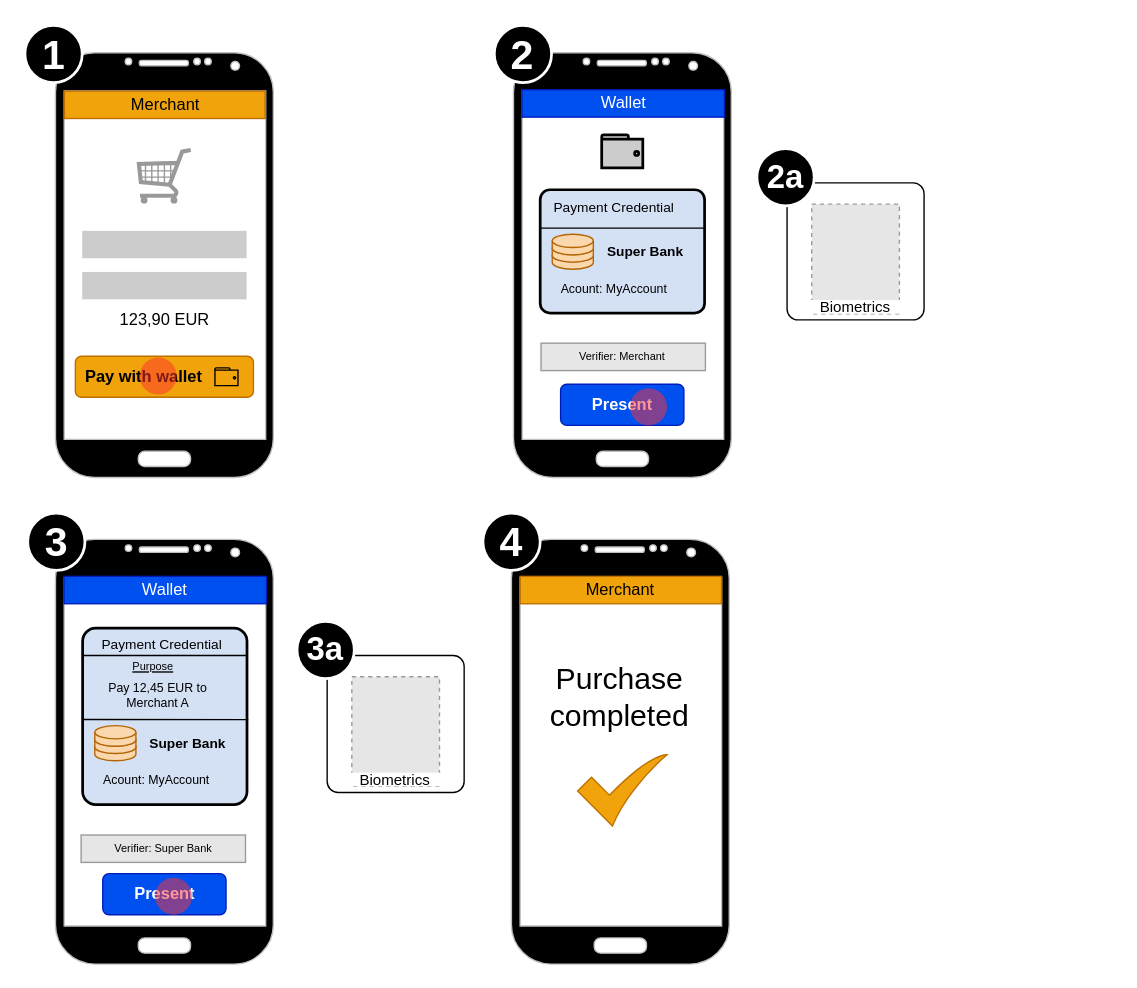
Earlier version of the draw.io diagram screenflow.drawio (digitallabor-berlin/eudiw-sca). Source tidied: cells renumbered, new cells numbered last; positions are measured from the earlier drawing's top-left corner, leaving out a move shared by most shapes. Both pictures are drawn from the tidied source at 137%, with x=0, y=0 at pixel (25, 25). Pictures stored in the file or linked from it are replaced by grey dashed boxes.
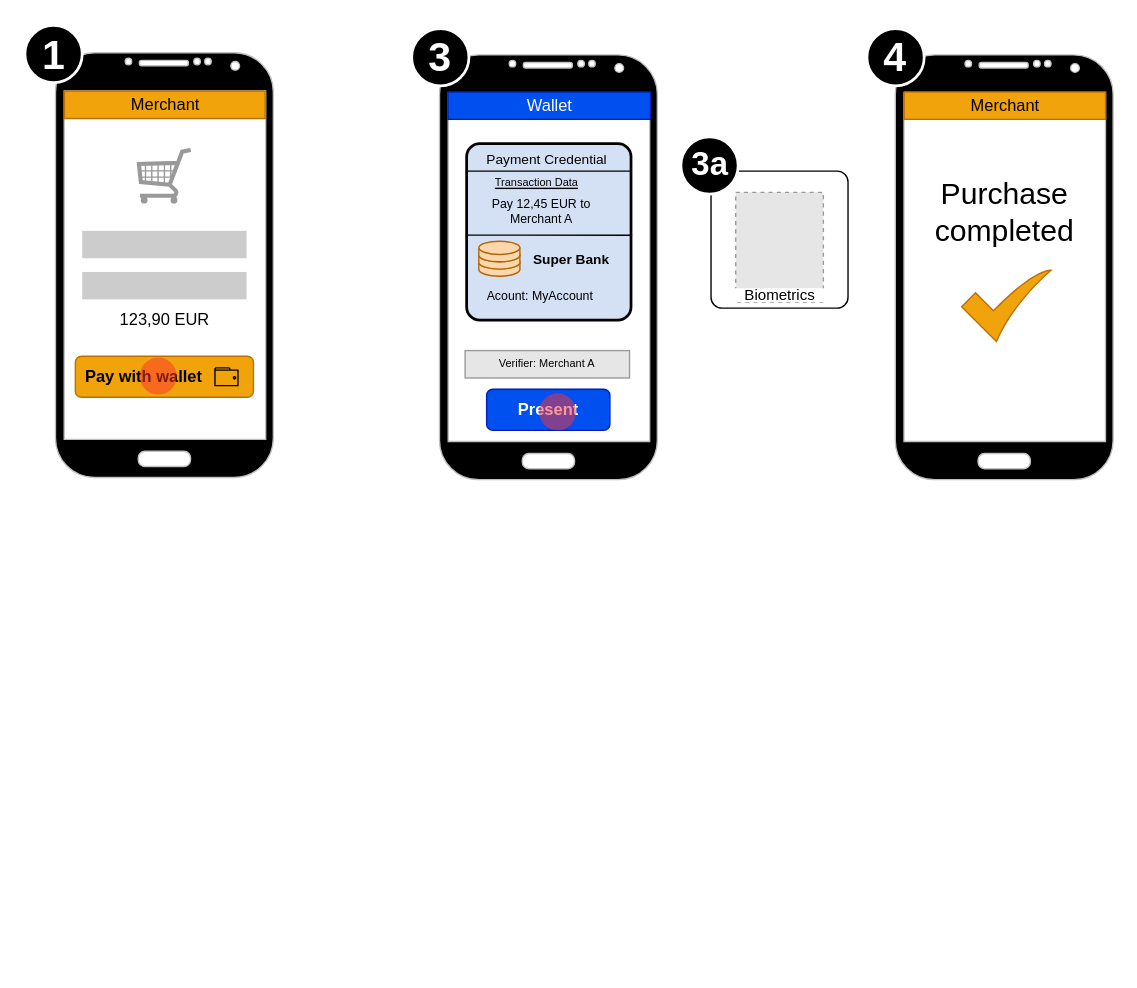
The same diagram, later.

Commit message (it also covers changes not shown here):
modified to used the openid transaction data proposal

Change to the diagram source:
```diff
@@
-    <mxCell id="2" style="rounded=1;whiteSpace=wrap;html=1;sketch=0;fontSize=8;strokeWidth=1;gradientDirection=radial;arcSize=8;" parent="1" vertex="1">
-      <mxGeometry x="556" y="115" width="100" height="100" as="geometry" />
-    </mxCell>
     <mxCell id="3" style="rounded=0;whiteSpace=wrap;html=1;sketch=0;fontSize=8;fontColor=#000000;strokeColor=none;strokeWidth=2;fillColor=#FFFFFF;gradientColor=none;gradientDirection=radial;" parent="1" vertex="1">
-      <mxGeometry x="359" y="402.2" width="151.5" height="258" as="geometry" />
+      <mxGeometry x="639.2" y="48.6" width="151.5" height="258" as="geometry" />
     </mxCell>
     <mxCell id="4" style="rounded=0;whiteSpace=wrap;html=1;sketch=0;fontSize=8;fontColor=#000000;strokeColor=none;strokeWidth=2;fillColor=#FFFFFF;gradientColor=none;gradientDirection=radial;" parent="1" vertex="1">
-      <mxGeometry x="25.7" y="401.2" width="151.5" height="258" as="geometry" />
+      <mxGeometry x="306" y="47.6" width="151.5" height="258" as="geometry" />
     </mxCell>
-    <mxCell id="5" style="rounded=0;whiteSpace=wrap;html=1;sketch=0;fontSize=8;fontColor=#000000;strokeColor=none;strokeWidth=2;fillColor=#FFFFFF;gradientColor=none;gradientDirection=radial;" parent="1" vertex="1">
-      <mxGeometry x="360.3" y="46" width="151.5" height="258" as="geometry" />
-    </mxCell>
@@
-    <mxCell id="14" style="verticalLabelPosition=bottom;verticalAlign=top;html=1;shadow=0;dashed=0;strokeWidth=1;shape=mxgraph.android.phone2;strokeColor=#c0c0c0;fillColor=#000000;" parent="1" vertex="1">
-      <mxGeometry x="356.3" y="20" width="159" height="310" as="geometry" />
-    </mxCell>
-    <mxCell id="15" value="Present" style="rounded=1;whiteSpace=wrap;html=1;fontStyle=1;fillColor=#0050ef;strokeColor=#001DBC;fontColor=#ffffff;" parent="1" vertex="1">
-      <mxGeometry x="390.7" y="262" width="90" height="30" as="geometry" />
-    </mxCell>
-    <mxCell id="16" value="Wallet" style="rounded=0;whiteSpace=wrap;html=1;fillColor=#0050ef;strokeColor=#001DBC;fontColor=#ffffff;" parent="1" vertex="1">
-      <mxGeometry x="362.5" y="47" width="147.8" height="20" as="geometry" />
-    </mxCell>
-    <mxCell id="17" style="html=1;verticalLabelPosition=bottom;align=center;labelBackgroundColor=#ffffff;verticalAlign=top;strokeWidth=2;strokeColor=#000000;shadow=0;dashed=0;shape=mxgraph.ios7.icons.wallet;fillColor=#CCCCCC;" parent="1" vertex="1">
-      <mxGeometry x="420.7" y="80" width="30" height="24" as="geometry" />
-    </mxCell>
-    <mxCell id="18" style="rounded=1;whiteSpace=wrap;html=1;strokeColor=#000000;fillColor=#D4E1F5;strokeWidth=2;arcSize=8;" parent="1" vertex="1">
-      <mxGeometry x="375.8" y="120" width="120" height="90" as="geometry" />
-    </mxCell>
-    <mxCell id="19" value="Payment Credential" style="text;html=1;strokeColor=none;fillColor=none;align=left;verticalAlign=middle;whiteSpace=wrap;rounded=0;fontSize=10;" parent="1" vertex="1">
-      <mxGeometry x="384" y="118" width="106.5" height="30" as="geometry" />
-    </mxCell>
-    <mxCell id="20" value="Acount: MyAccount" style="text;html=1;strokeColor=none;fillColor=none;align=center;verticalAlign=middle;whiteSpace=wrap;rounded=0;fontSize=9;" parent="1" vertex="1">
-      <mxGeometry x="384.6" y="185.5" width="90" height="14.5" as="geometry" />
-    </mxCell>
     <mxCell id="21" style="verticalLabelPosition=bottom;verticalAlign=top;html=1;shadow=0;dashed=0;strokeWidth=1;shape=mxgraph.android.phone2;strokeColor=#c0c0c0;fillColor=#000000;" parent="1" vertex="1">
-      <mxGeometry x="22" y="375.2" width="159" height="310" as="geometry" />
+      <mxGeometry x="302.3" y="21.6" width="159" height="310" as="geometry" />
     </mxCell>
     <mxCell id="22" value="Present" style="rounded=1;whiteSpace=wrap;html=1;fontStyle=1;fillColor=#0050ef;fontColor=#ffffff;strokeColor=#001DBC;" parent="1" vertex="1">
-      <mxGeometry x="56.5" y="619.2" width="90" height="30" as="geometry" />
+      <mxGeometry x="336.7" y="265.6" width="90" height="30" as="geometry" />
     </mxCell>
     <mxCell id="23" value="Wallet" style="rounded=0;whiteSpace=wrap;html=1;fillColor=#0050ef;strokeColor=#001DBC;fontColor=#ffffff;" parent="1" vertex="1">
-      <mxGeometry x="28.2" y="402.2" width="147.8" height="20" as="geometry" />
+      <mxGeometry x="308.5" y="48.6" width="147.8" height="20" as="geometry" />
     </mxCell>
     <mxCell id="24" style="verticalLabelPosition=bottom;verticalAlign=top;html=1;shadow=0;dashed=0;strokeWidth=1;shape=mxgraph.android.phone2;strokeColor=#c0c0c0;fillColor=#000000;" parent="1" vertex="1">
-      <mxGeometry x="354.8" y="375.2" width="159" height="310" as="geometry" />
+      <mxGeometry x="635" y="21.6" width="159" height="310" as="geometry" />
     </mxCell>
     <mxCell id="25" value="Merchant" style="rounded=0;whiteSpace=wrap;html=1;fillColor=#f0a30a;strokeColor=#BD7000;fontColor=#000000;" parent="1" vertex="1">
-      <mxGeometry x="361.2" y="402.2" width="147" height="20" as="geometry" />
+      <mxGeometry x="641.5" y="48.6" width="147" height="20" as="geometry" />
     </mxCell>
@@
-    <mxCell id="27" value="2" style="ellipse;whiteSpace=wrap;html=1;sketch=0;fontSize=30;strokeColor=#FFFFFF;strokeWidth=2;fillColor=#000000;gradientColor=none;gradientDirection=radial;fontStyle=1;fontColor=#FFFFFF;" parent="1" vertex="1">
-      <mxGeometry x="342.3" width="41.8" height="41.8" as="geometry" />
-    </mxCell>
     <mxCell id="28" value="3" style="ellipse;whiteSpace=wrap;html=1;sketch=0;fontSize=30;strokeColor=#FFFFFF;strokeWidth=2;fillColor=#000000;gradientColor=none;gradientDirection=radial;fontStyle=1;fontColor=#FFFFFF;" parent="1" vertex="1">
-      <mxGeometry x="1.7" y="356" width="41.8" height="41.8" as="geometry" />
+      <mxGeometry x="282" y="2.4" width="41.8" height="41.8" as="geometry" />
     </mxCell>
     <mxCell id="29" value="4" style="ellipse;whiteSpace=wrap;html=1;sketch=0;fontSize=30;strokeColor=#FFFFFF;strokeWidth=2;fillColor=#000000;gradientColor=none;gradientDirection=radial;fontStyle=1;fontColor=#FFFFFF;" parent="1" vertex="1">
-      <mxGeometry x="334" y="356" width="41.8" height="41.8" as="geometry" />
+      <mxGeometry x="614.3" y="2.4" width="41.8" height="41.8" as="geometry" />
     </mxCell>
     <mxCell id="30" value="Purchase completed" style="text;html=1;strokeColor=none;fillColor=none;align=center;verticalAlign=middle;whiteSpace=wrap;rounded=0;sketch=0;fontSize=22;fontColor=#000000;" parent="1" vertex="1">
-      <mxGeometry x="404.2" y="475.8" width="60" height="30" as="geometry" />
+      <mxGeometry x="684.5" y="122.1" width="60" height="30" as="geometry" />
     </mxCell>
     <mxCell id="31" style="sketch=0;html=1;strokeColor=#BD7000;shadow=0;align=center;verticalAlign=top;fillColor=#f0a30a;shape=mxgraph.gcp2.check;fontSize=22;fontColor=#000000;" parent="1" vertex="1">
-      <mxGeometry x="403.1" y="532.2" width="65.3" height="52.2" as="geometry" />
+      <mxGeometry x="683.4" y="178.6" width="65.3" height="52.2" as="geometry" />
     </mxCell>
-    <mxCell id="32" style="ellipse;whiteSpace=wrap;html=1;sketch=0;fontSize=9;strokeColor=none;strokeWidth=2;fillColor=#FF3333;gradientColor=none;gradientDirection=radial;opacity=50;" parent="1" vertex="1">
-      <mxGeometry x="441.4" y="265" width="27" height="27" as="geometry" />
-    </mxCell>
     <mxCell id="33" style="ellipse;whiteSpace=wrap;html=1;sketch=0;fontSize=9;strokeColor=none;strokeWidth=2;fillColor=#FF3333;gradientColor=none;gradientDirection=radial;opacity=50;" parent="1" vertex="1">
-      <mxGeometry x="94.7" y="622.2" width="27" height="27" as="geometry" />
+      <mxGeometry x="375" y="268.6" width="27" height="27" as="geometry" />
     </mxCell>
@@
-    <mxCell id="36" style="shape=cylinder3;whiteSpace=wrap;html=1;boundedLbl=1;backgroundOutline=1;size=4.813333333333304;sketch=0;fontSize=8;strokeColor=#b46504;strokeWidth=1;fillColor=#fad7ac;gradientDirection=radial;" parent="1" vertex="1">
-      <mxGeometry x="384.6" y="163" width="30" height="15" as="geometry" />
-    </mxCell>
-    <mxCell id="37" style="shape=cylinder3;whiteSpace=wrap;html=1;boundedLbl=1;backgroundOutline=1;size=4.813333333333304;sketch=0;fontSize=8;strokeColor=#b46504;strokeWidth=1;fillColor=#fad7ac;gradientDirection=radial;" parent="1" vertex="1">
-      <mxGeometry x="384.6" y="157.8" width="30" height="15" as="geometry" />
-    </mxCell>
-    <mxCell id="38" style="shape=cylinder3;whiteSpace=wrap;html=1;boundedLbl=1;backgroundOutline=1;size=4.813333333333304;sketch=0;fontSize=8;strokeColor=#b46504;strokeWidth=1;fillColor=#fad7ac;gradientDirection=radial;" parent="1" vertex="1">
-      <mxGeometry x="384.6" y="152.5" width="30" height="15" as="geometry" />
-    </mxCell>
-    <mxCell id="39" value="Verifier: Merchant" style="rounded=0;whiteSpace=wrap;html=1;sketch=0;fontSize=8;fontColor=#000000;strokeColor=#999999;strokeWidth=1;fillColor=#E6E6E6;gradientColor=none;gradientDirection=radial;" parent="1" vertex="1">
-      <mxGeometry x="376.4" y="232" width="120" height="20" as="geometry" />
-    </mxCell>
-    <mxCell id="40" value="Verifier: Super Bank" style="rounded=0;whiteSpace=wrap;html=1;sketch=0;fontSize=8;fontColor=#000000;strokeColor=#999999;strokeWidth=1;fillColor=#E6E6E6;gradientColor=none;gradientDirection=radial;" parent="1" vertex="1">
-      <mxGeometry x="40.7" y="591" width="120" height="20" as="geometry" />
+    <mxCell id="40" value="Verifier: Merchant A" style="rounded=0;whiteSpace=wrap;html=1;sketch=0;fontSize=8;fontColor=#000000;strokeColor=#999999;strokeWidth=1;fillColor=#E6E6E6;gradientColor=none;gradientDirection=radial;" parent="1" vertex="1">
+      <mxGeometry x="321" y="237.4" width="120" height="20" as="geometry" />
     </mxCell>
-    <mxCell id="41" value="Super Bank" style="text;html=1;strokeColor=none;fillColor=none;align=left;verticalAlign=middle;whiteSpace=wrap;rounded=0;fontSize=10;fontStyle=1;" parent="1" vertex="1">
-      <mxGeometry x="422.8" y="158.2" width="64.2" height="14.5" as="geometry" />
-    </mxCell>
-    <mxCell id="42" style="endArrow=none;html=1;rounded=0;fontSize=9;entryX=1.004;entryY=0.339;entryDx=0;entryDy=0;entryPerimeter=0;" parent="1" edge="1">
-      <mxGeometry relative="1" as="geometry">
-        <mxPoint x="376.1" y="148" as="sourcePoint" />
-        <mxPoint x="496.6" y="148" as="targetPoint" />
-      </mxGeometry>
-    </mxCell>
-    <mxCell id="43" style="fillColor=#E6E6E6;strokeColor=#999999;dashed=1;verticalLabelPosition=bottom;labelBackgroundColor=default;verticalAlign=top;" parent="1" vertex="1">
-      <mxGeometry x="574" y="130.5" width="64" height="80" as="geometry" />
-    </mxCell>
-    <mxCell id="44" value="Biometrics" style="rounded=0;whiteSpace=wrap;html=1;sketch=0;fontSize=11;strokeWidth=1;gradientDirection=radial;strokeColor=none;" parent="1" vertex="1">
-      <mxGeometry x="569" y="200.5" width="74" height="10" as="geometry" />
-    </mxCell>
-    <mxCell id="45" value="2a" style="ellipse;whiteSpace=wrap;html=1;sketch=0;fontSize=24;strokeColor=#FFFFFF;strokeWidth=2;fillColor=#000000;gradientColor=none;gradientDirection=radial;fontStyle=1;fontColor=#FFFFFF;" parent="1" vertex="1">
-      <mxGeometry x="534" y="90" width="41.8" height="41.8" as="geometry" />
-    </mxCell>
     <mxCell id="46" style="rounded=1;whiteSpace=wrap;html=1;sketch=0;fontSize=8;strokeWidth=1;gradientDirection=radial;arcSize=8;" parent="1" vertex="1">
-      <mxGeometry x="220.3" y="460" width="100" height="100" as="geometry" />
+      <mxGeometry x="500.5" y="106.4" width="100" height="100" as="geometry" />
     </mxCell>
     <mxCell id="47" style="fillColor=#E6E6E6;strokeColor=#999999;dashed=1;verticalLabelPosition=bottom;labelBackgroundColor=default;verticalAlign=top;" parent="1" vertex="1">
-      <mxGeometry x="238.3" y="475.5" width="64" height="80" as="geometry" />
+      <mxGeometry x="518.5" y="121.9" width="64" height="80" as="geometry" />
     </mxCell>
     <mxCell id="48" value="Biometrics" style="rounded=0;whiteSpace=wrap;html=1;sketch=0;fontSize=11;strokeWidth=1;gradientDirection=radial;strokeColor=none;" parent="1" vertex="1">
-      <mxGeometry x="233.3" y="545.5" width="74" height="10" as="geometry" />
+      <mxGeometry x="513.5" y="191.9" width="74" height="10" as="geometry" />
     </mxCell>
     <mxCell id="49" value="3a" style="ellipse;whiteSpace=wrap;html=1;sketch=0;fontSize=24;strokeColor=#FFFFFF;strokeWidth=2;fillColor=#000000;gradientColor=none;gradientDirection=radial;fontStyle=1;fontColor=#FFFFFF;" parent="1" vertex="1">
-      <mxGeometry x="198.3" y="435" width="41.8" height="41.8" as="geometry" />
+      <mxGeometry x="478.5" y="81.4" width="41.8" height="41.8" as="geometry" />
     </mxCell>
     <mxCell id="50" style="rounded=1;whiteSpace=wrap;html=1;strokeColor=#000000;fillColor=#D4E1F5;strokeWidth=2;arcSize=8;" parent="1" vertex="1">
-      <mxGeometry x="41.8" y="440" width="120" height="128.8" as="geometry" />
+      <mxGeometry x="322.1" y="86.4" width="120" height="128.8" as="geometry" />
     </mxCell>
     <mxCell id="51" value="Payment Credential" style="text;html=1;strokeColor=none;fillColor=none;align=left;verticalAlign=middle;whiteSpace=wrap;rounded=0;fontSize=10;" parent="1" vertex="1">
-      <mxGeometry x="54.2" y="443.2" width="106.5" height="16.8" as="geometry" />
+      <mxGeometry x="334.5" y="89.6" width="106.5" height="16.8" as="geometry" />
     </mxCell>
     <mxCell id="52" value="Acount: MyAccount" style="text;html=1;strokeColor=none;fillColor=none;align=center;verticalAlign=middle;whiteSpace=wrap;rounded=0;fontSize=9;" parent="1" vertex="1">
-      <mxGeometry x="50.7" y="544.2" width="90" height="14.5" as="geometry" />
+      <mxGeometry x="331" y="190.6" width="90" height="14.5" as="geometry" />
     </mxCell>
     <mxCell id="53" style="shape=cylinder3;whiteSpace=wrap;html=1;boundedLbl=1;backgroundOutline=1;size=4.813333333333304;sketch=0;fontSize=8;strokeColor=#b46504;strokeWidth=1;fillColor=#fad7ac;gradientDirection=radial;" parent="1" vertex="1">
-      <mxGeometry x="50.7" y="521.8" width="30" height="15" as="geometry" />
+      <mxGeometry x="331" y="168.1" width="30" height="15" as="geometry" />
     </mxCell>
     <mxCell id="54" style="shape=cylinder3;whiteSpace=wrap;html=1;boundedLbl=1;backgroundOutline=1;size=4.813333333333304;sketch=0;fontSize=8;strokeColor=#b46504;strokeWidth=1;fillColor=#fad7ac;gradientDirection=radial;" parent="1" vertex="1">
-      <mxGeometry x="50.7" y="516.5" width="30" height="15" as="geometry" />
+      <mxGeometry x="331" y="162.9" width="30" height="15" as="geometry" />
     </mxCell>
     <mxCell id="55" style="shape=cylinder3;whiteSpace=wrap;html=1;boundedLbl=1;backgroundOutline=1;size=4.813333333333304;sketch=0;fontSize=8;strokeColor=#b46504;strokeWidth=1;fillColor=#fad7ac;gradientDirection=radial;" parent="1" vertex="1">
-      <mxGeometry x="50.7" y="511.2" width="30" height="15" as="geometry" />
+      <mxGeometry x="331" y="157.6" width="30" height="15" as="geometry" />
     </mxCell>
     <mxCell id="56" value="Super Bank" style="text;html=1;strokeColor=none;fillColor=none;align=left;verticalAlign=middle;whiteSpace=wrap;rounded=0;fontSize=10;fontStyle=1;" parent="1" vertex="1">
-      <mxGeometry x="88.9" y="517" width="64.2" height="14.5" as="geometry" />
+      <mxGeometry x="369.1" y="163.4" width="64.2" height="14.5" as="geometry" />
     </mxCell>
     <mxCell id="57" style="endArrow=none;html=1;rounded=0;fontSize=9;entryX=1.004;entryY=0.339;entryDx=0;entryDy=0;entryPerimeter=0;" parent="1" edge="1">
       <mxGeometry relative="1" as="geometry">
-        <mxPoint x="42.2" y="506.7" as="sourcePoint" />
-        <mxPoint x="162.7" y="506.8" as="targetPoint" />
+        <mxPoint x="322.4" y="153.1" as="sourcePoint" />
+        <mxPoint x="442.9" y="153.2" as="targetPoint" />
       </mxGeometry>
     </mxCell>
     <mxCell id="58" style="endArrow=none;html=1;rounded=0;fontSize=9;entryX=1.004;entryY=0.339;entryDx=0;entryDy=0;entryPerimeter=0;" parent="1" edge="1">
       <mxGeometry relative="1" as="geometry">
-        <mxPoint x="41.9" y="460" as="sourcePoint" />
-        <mxPoint x="162.4" y="460" as="targetPoint" />
+        <mxPoint x="322.1" y="106.4" as="sourcePoint" />
+        <mxPoint x="442.6" y="106.4" as="targetPoint" />
       </mxGeometry>
     </mxCell>
     <mxCell id="59" value="Pay 12,45 EUR to&lt;div&gt;Merchant A&lt;/div&gt;" style="text;html=1;strokeColor=none;fillColor=none;align=center;verticalAlign=middle;whiteSpace=wrap;rounded=0;fontSize=9;" parent="1" vertex="1">
-      <mxGeometry x="52" y="475.5" width="90" height="27.8" as="geometry" />
+      <mxGeometry x="332.3" y="121.9" width="90" height="27.8" as="geometry" />
     </mxCell>
-    <mxCell id="60" value="Purpose" style="text;html=1;strokeColor=none;fillColor=none;align=center;verticalAlign=middle;whiteSpace=wrap;rounded=0;fontSize=8;fontStyle=4;" parent="1" vertex="1">
-      <mxGeometry x="40" y="460" width="106.5" height="16.8" as="geometry" />
+    <mxCell id="60" value="Transaction Data" style="text;html=1;strokeColor=none;fillColor=none;align=center;verticalAlign=middle;whiteSpace=wrap;rounded=0;fontSize=8;fontStyle=4;" parent="1" vertex="1">
+      <mxGeometry x="320.2" y="106.4" width="106.5" height="16.8" as="geometry" />
     </mxCell>
```
